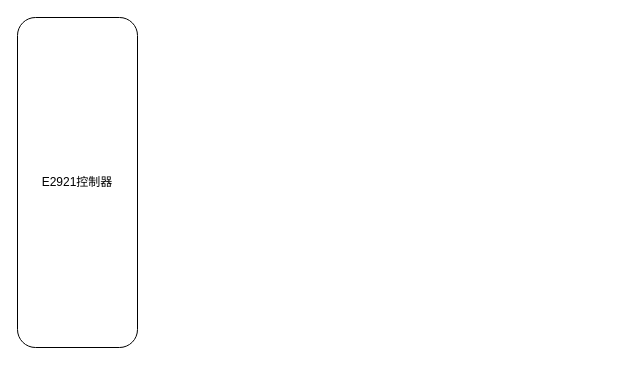
Before: E2921控制器.drawio in Hanye1108/drawio, a draw.io diagram. Source tidied: cells renumbered, new cells numbered last; positions are measured from the earlier drawing's top-left corner, leaving out a move shared by most shapes. Both pictures are drawn from the tidied source at 100%, with x=0, y=0 at pixel (17, 17).
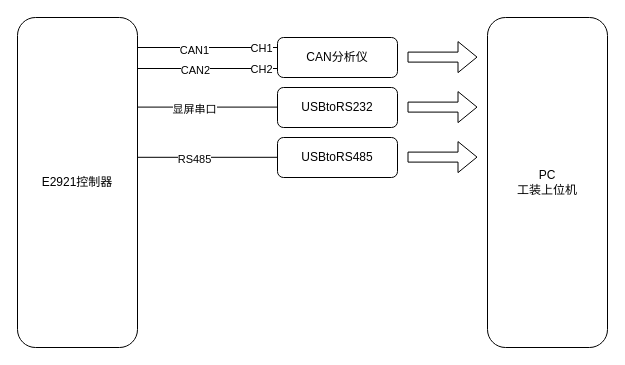
Above is the later version.

Commit message (it also covers changes not shown here):
更新E2921控制器.drawio

The edit, as a diff of the source:
```diff
@@
+    <mxCell id="3" style="endArrow=none;html=1;rounded=0;" parent="1" edge="1">
+      <mxGeometry relative="1" as="geometry">
+        <mxPoint x="120" y="30" as="sourcePoint" />
+        <mxPoint x="260" y="30" as="targetPoint" />
+      </mxGeometry>
+    </mxCell>
+    <mxCell id="4" value="CAN1" style="edgeLabel;html=1;align=center;verticalAlign=middle;" parent="3" vertex="1">
+      <mxGeometry x="-0.17" y="-2" relative="1" as="geometry">
+        <mxPoint x="-2" as="offset" />
+      </mxGeometry>
+    </mxCell>
+    <mxCell id="5" value="CH1" style="edgeLabel;html=1;align=center;verticalAlign=middle;" parent="3" vertex="1">
+      <mxGeometry x="0.83" relative="1" as="geometry">
+        <mxPoint x="-5" as="offset" />
+      </mxGeometry>
+    </mxCell>
+    <mxCell id="6" style="endArrow=none;html=1;rounded=0;" parent="1" edge="1">
+      <mxGeometry relative="1" as="geometry">
+        <mxPoint x="120" y="51" as="sourcePoint" />
+        <mxPoint x="260" y="51" as="targetPoint" />
+      </mxGeometry>
+    </mxCell>
+    <mxCell id="7" value="CAN2" style="edgeLabel;html=1;align=center;verticalAlign=middle;" parent="6" vertex="1">
+      <mxGeometry x="-0.14" y="-1" relative="1" as="geometry">
+        <mxPoint x="-3" as="offset" />
+      </mxGeometry>
+    </mxCell>
+    <mxCell id="8" value="CH2" style="edgeLabel;html=1;align=center;verticalAlign=middle;" parent="6" vertex="1">
+      <mxGeometry x="0.77" relative="1" as="geometry">
+        <mxPoint x="-1" as="offset" />
+      </mxGeometry>
+    </mxCell>
+    <mxCell id="9" value="CAN分析仪" style="rounded=1;whiteSpace=wrap;html=1;" parent="1" vertex="1">
+      <mxGeometry x="260" y="20" width="120" height="40" as="geometry" />
+    </mxCell>
+    <mxCell id="10" value="PC&lt;br&gt;工装上位机" style="rounded=1;whiteSpace=wrap;html=1;" parent="1" vertex="1">
+      <mxGeometry x="470" width="120" height="330" as="geometry" />
+    </mxCell>
+    <mxCell id="11" style="shape=flexArrow;endArrow=classic;html=1;rounded=0;" parent="1" edge="1">
+      <mxGeometry relative="1" as="geometry">
+        <mxPoint x="390" y="39.6" as="sourcePoint" />
+        <mxPoint x="460" y="39.6" as="targetPoint" />
+      </mxGeometry>
+    </mxCell>
+    <mxCell id="12" value="USBtoRS232" style="rounded=1;whiteSpace=wrap;html=1;" parent="1" vertex="1">
+      <mxGeometry x="260" y="70" width="120" height="40" as="geometry" />
+    </mxCell>
+    <mxCell id="13" value="USBtoRS485" style="rounded=1;whiteSpace=wrap;html=1;" parent="1" vertex="1">
+      <mxGeometry x="260" y="120" width="120" height="40" as="geometry" />
+    </mxCell>
+    <mxCell id="14" style="shape=flexArrow;endArrow=classic;html=1;rounded=0;" parent="1" edge="1">
+      <mxGeometry relative="1" as="geometry">
+        <mxPoint x="390" y="89.6" as="sourcePoint" />
+        <mxPoint x="460" y="89.6" as="targetPoint" />
+      </mxGeometry>
+    </mxCell>
+    <mxCell id="15" style="shape=flexArrow;endArrow=classic;html=1;rounded=0;" parent="1" edge="1">
+      <mxGeometry relative="1" as="geometry">
+        <mxPoint x="390" y="139.6" as="sourcePoint" />
+        <mxPoint x="460" y="139.6" as="targetPoint" />
+      </mxGeometry>
+    </mxCell>
+    <mxCell id="16" style="endArrow=none;html=1;rounded=0;" parent="1" edge="1">
+      <mxGeometry relative="1" as="geometry">
+        <mxPoint x="120" y="89.6" as="sourcePoint" />
+        <mxPoint x="260" y="89.6" as="targetPoint" />
+      </mxGeometry>
+    </mxCell>
+    <mxCell id="17" value="显屏串口" style="edgeLabel;html=1;align=center;verticalAlign=middle;" parent="16" vertex="1">
+      <mxGeometry x="-0.17" y="-2" relative="1" as="geometry">
+        <mxPoint x="-2" as="offset" />
+      </mxGeometry>
+    </mxCell>
+    <mxCell id="18" style="endArrow=none;html=1;rounded=0;" parent="1" edge="1">
+      <mxGeometry relative="1" as="geometry">
+        <mxPoint x="120" y="139.8" as="sourcePoint" />
+        <mxPoint x="260" y="139.8" as="targetPoint" />
+      </mxGeometry>
+    </mxCell>
+    <mxCell id="19" value="RS485" style="edgeLabel;html=1;align=center;verticalAlign=middle;" parent="18" vertex="1">
+      <mxGeometry x="-0.17" y="-2" relative="1" as="geometry">
+        <mxPoint x="-2" as="offset" />
+      </mxGeometry>
+    </mxCell>
```
